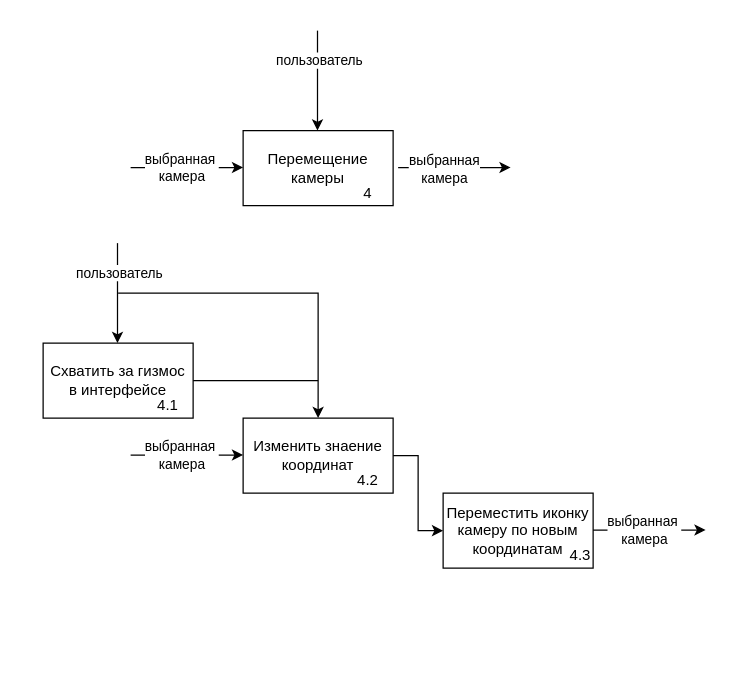
c0sx/3d-model-viewer-design keeps this draw.io diagram as page "4. Перещемение камеры" (5 of 9) of idef0/idef0.drawio. Above is the earlier version. Source tidied: cells renumbered, new cells numbered last; positions are measured from the earlier drawing's top-left corner, leaving out a move shared by most shapes. Both pictures are drawn from the tidied source at 125%, with x=0, y=0 at pixel (42, 30).
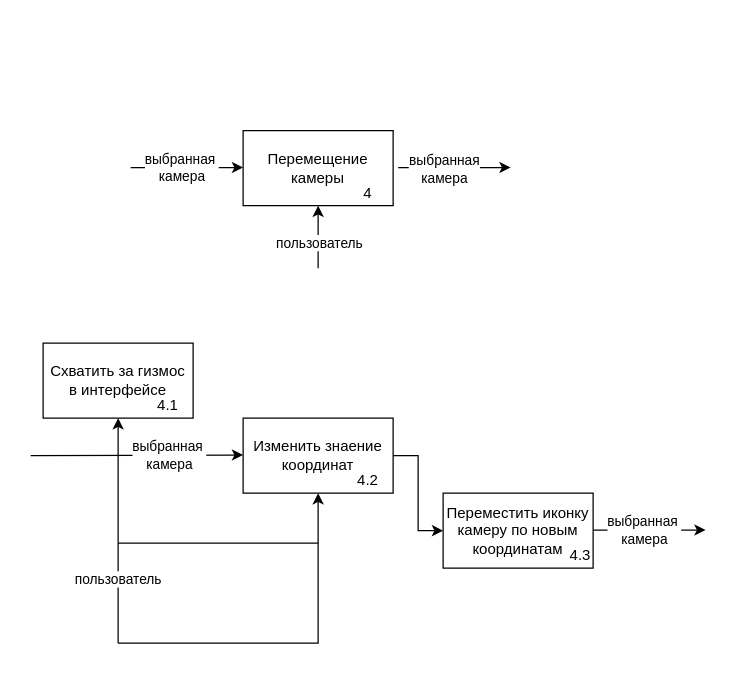
The same page after the edit.

The change refers to these unchanged cells:
```xml
<mxCell id="9" value="Схватить за гизмос&lt;br&gt;в интерфейсе" style="rounded=0;whiteSpace=wrap;html=1;" parent="1" vertex="1">
  <mxGeometry y="250" width="120" height="60" as="geometry" />
</mxCell>
<mxCell id="13" value="Изменить знаение координат" style="rounded=0;whiteSpace=wrap;html=1;" parent="1" vertex="1">
  <mxGeometry x="160" y="310" width="120" height="60" as="geometry" />
</mxCell>
```

The edit, as a diff of the source:
```diff
@@
-    <mxCell id="7" style="endArrow=classic;html=1;entryX=0.5;entryY=0;entryDx=0;entryDy=0;" parent="1" edge="1">
+    <mxCell id="7" style="endArrow=classic;html=1;" parent="1" edge="1">
       <mxGeometry relative="1" as="geometry">
-        <mxPoint x="219.5" as="sourcePoint" />
-        <mxPoint x="219.5" y="80" as="targetPoint" />
+        <mxPoint x="220" y="190" as="sourcePoint" />
+        <mxPoint x="220" y="140" as="targetPoint" />
       </mxGeometry>
     </mxCell>
     <mxCell id="8" value="пользователь" style="edgeLabel;html=1;align=center;verticalAlign=middle;" parent="7" vertex="1">
-      <mxGeometry x="-0.42" y="1" relative="1" as="geometry" />
+      <mxGeometry x="-0.42" y="1" relative="1" as="geometry">
+        <mxPoint x="1" y="-6" as="offset" />
+      </mxGeometry>
     </mxCell>
@@
-    <mxCell id="10" style="endArrow=classic;html=1;entryX=0.5;entryY=0;entryDx=0;entryDy=0;" parent="1" edge="1">
+    <mxCell id="10" style="endArrow=classic;html=1;" parent="1" edge="1">
       <mxGeometry relative="1" as="geometry">
-        <mxPoint x="59.5" y="170" as="sourcePoint" />
-        <mxPoint x="59.5" y="250" as="targetPoint" />
+        <mxPoint x="60" y="490" as="sourcePoint" />
+        <mxPoint x="60" y="310" as="targetPoint" />
       </mxGeometry>
     </mxCell>
@@
     <mxCell id="12" style="endArrow=classic;html=1;strokeColor=#000000;rounded=0;" parent="1" edge="1" target="13">
       <mxGeometry relative="1" as="geometry">
-        <mxPoint x="60" y="210" as="sourcePoint" />
+        <mxPoint x="60" y="490" as="sourcePoint" />
         <Array as="points">
-          <mxPoint x="220" y="210" />
+          <mxPoint x="220" y="490" />
         </Array>
       </mxGeometry>
     </mxCell>
@@
-    <mxCell id="14" style="endArrow=none;html=1;strokeColor=#000000;exitX=1;exitY=0.5;exitDx=0;exitDy=0;endFill=0;" parent="1" edge="1" source="9">
+    <mxCell id="14" style="endArrow=none;html=1;strokeColor=#000000;endFill=0;" parent="1" edge="1">
       <mxGeometry relative="1" as="geometry">
-        <mxPoint x="220" y="280" as="targetPoint" />
+        <mxPoint x="60" y="410" as="sourcePoint" />
+        <mxPoint x="220" y="410" as="targetPoint" />
       </mxGeometry>
     </mxCell>
@@
     <mxCell id="19" style="endArrow=classic;html=1;entryX=0;entryY=0.5;entryDx=0;entryDy=0;" parent="1" edge="1">
       <mxGeometry relative="1" as="geometry">
-        <mxPoint x="70" y="339.5" as="sourcePoint" />
+        <mxPoint x="-10" y="340" as="sourcePoint" />
         <mxPoint x="160" y="339.5" as="targetPoint" />
       </mxGeometry>
     </mxCell>
     <mxCell id="20" value="выбранная&amp;nbsp;&lt;br&gt;камера" style="edgeLabel;html=1;align=center;verticalAlign=middle;" parent="19" vertex="1">
       <mxGeometry x="-0.38" y="-2" relative="1" as="geometry">
-        <mxPoint x="12" y="-2" as="offset" />
+        <mxPoint x="57" y="-2" as="offset" />
       </mxGeometry>
     </mxCell>
```
